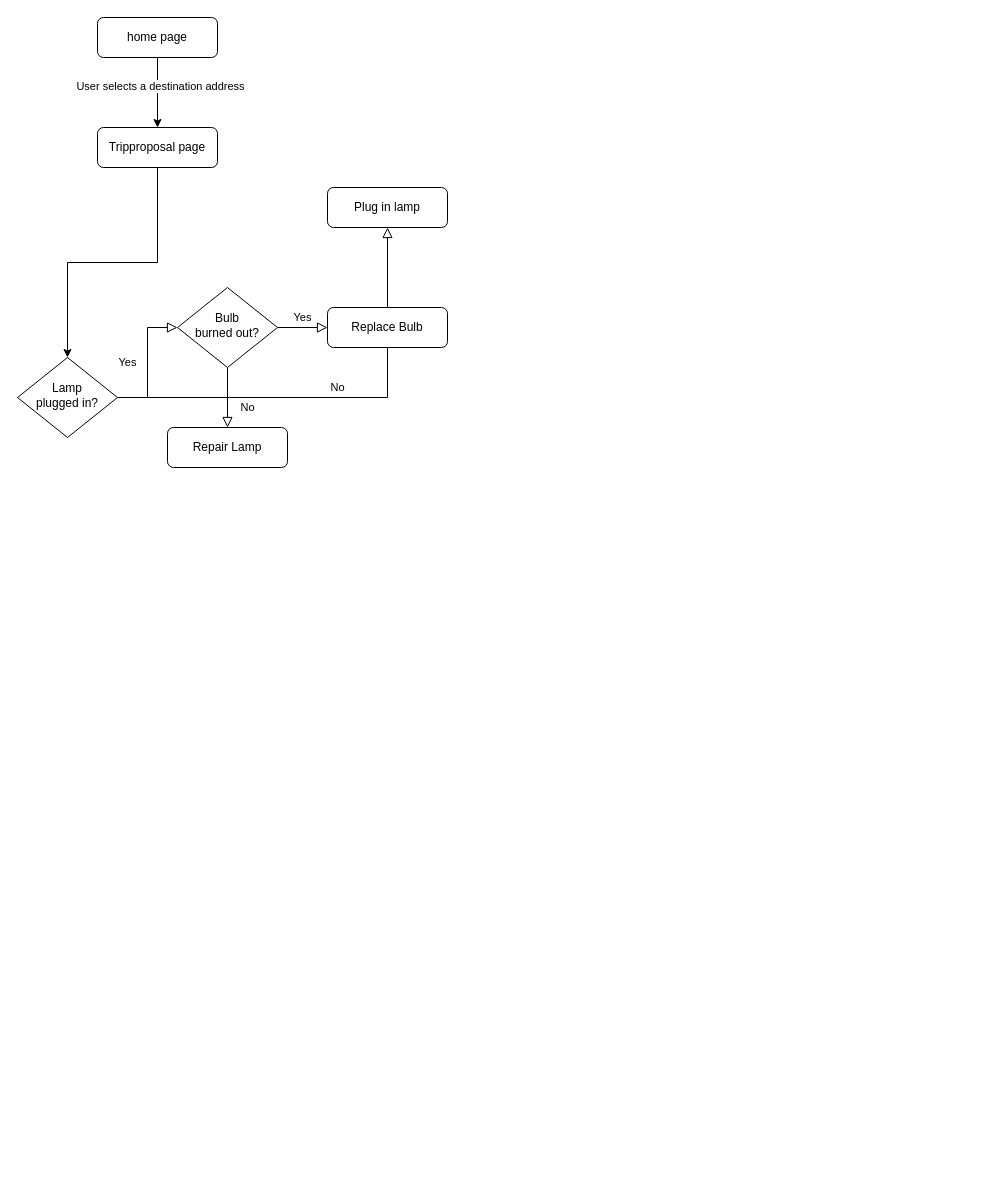
The draw.io diagram page "Seite-3" (3 of 3) of Unbenanntes Diagramm.drawio in krutarth4/krutarth4, before the edit. Source tidied: cells renumbered, new cells numbered last; positions are measured from the earlier drawing's top-left corner, leaving out a move shared by most shapes. Both pictures are drawn from the tidied source at 100%, with x=0, y=0 at pixel (17, 17).
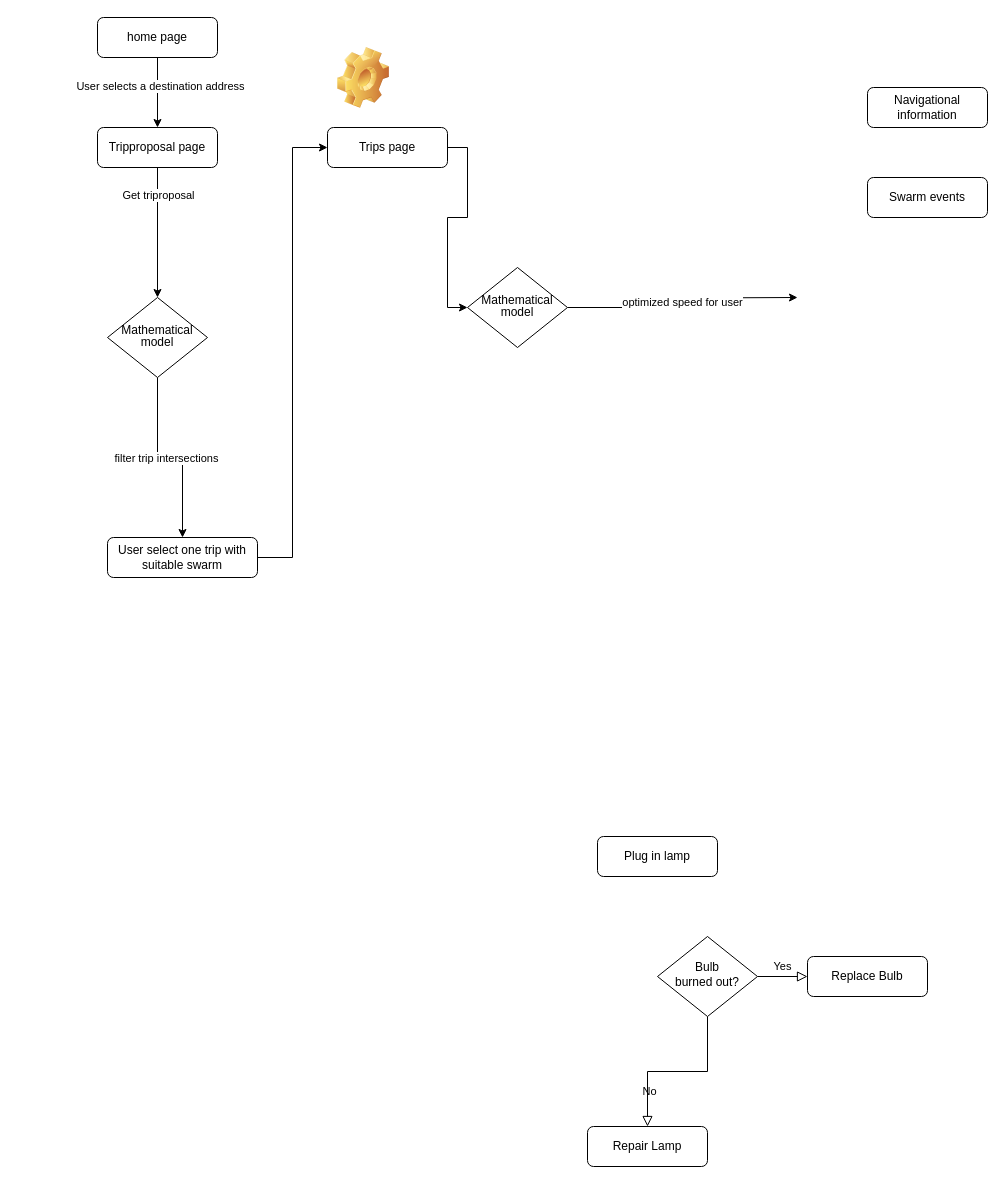
The same diagram, later.

Unchanged cells that the change refers to:
```xml
<mxCell id="14" style="edgeStyle=orthogonalEdgeStyle;rounded=0;jettySize=auto;html=1;exitX=0.5;exitY=1;exitDx=0;exitDy=0;entryX=0.5;entryY=0;entryDx=0;entryDy=0;" parent="1" edge="1" source="15" target="7">
  <mxGeometry relative="1" as="geometry" />
</mxCell>
```

Change to the diagram source:
```diff
@@
-    <mxCell id="5" value="Yes" style="rounded=0;html=1;jettySize=auto;fontSize=11;endArrow=block;endFill=0;endSize=8;strokeWidth=1;shadow=0;labelBackgroundColor=none;edgeStyle=orthogonalEdgeStyle;" parent="1" edge="1" source="7" target="11">
-      <mxGeometry y="20" relative="1" as="geometry" />
-    </mxCell>
-    <mxCell id="6" value="No" style="edgeStyle=orthogonalEdgeStyle;rounded=0;html=1;jettySize=auto;fontSize=11;endArrow=block;endFill=0;endSize=8;strokeWidth=1;shadow=0;labelBackgroundColor=none;" parent="1" edge="1" source="7" target="8">
-      <mxGeometry y="10" relative="1" as="geometry" />
-    </mxCell>
+    <mxCell id="16" style="edgeStyle=orthogonalEdgeStyle;rounded=0;jettySize=auto;html=1;exitX=0.5;exitY=1;exitDx=0;exitDy=0;entryX=0.5;entryY=0;entryDx=0;entryDy=0;strokeColor=#000000;fontColor=#000000;" parent="1" edge="1" source="7" target="23">
+      <mxGeometry relative="1" as="geometry" />
+    </mxCell>
+    <mxCell id="17" value="filter trip intersections " style="edgeLabel;html=1;align=center;verticalAlign=middle;fontColor=default;labelBackgroundColor=default;" parent="16" vertex="1">
+      <mxGeometry x="-0.05" relative="1" as="geometry" />
+    </mxCell>
-    <mxCell id="7" value="Lamp&lt;br&gt;plugged in?" style="rhombus;whiteSpace=wrap;html=1;shadow=0;fontFamily=Helvetica;fontSize=12;align=center;strokeWidth=1;spacing=6;spacingTop=-4;" parent="1" vertex="1">
-      <mxGeometry y="340" width="100" height="80" as="geometry" />
+    <mxCell id="7" value="&lt;div style=&quot;line-height: 100%;&quot; align=&quot;center&quot;&gt;Mathematical model &lt;/div&gt;" style="rhombus;whiteSpace=wrap;html=1;shadow=0;fontFamily=Helvetica;fontSize=12;align=center;strokeWidth=1;spacing=6;spacingTop=-4;" parent="1" vertex="1">
+      <mxGeometry x="90" y="280" width="100" height="80" as="geometry" />
     </mxCell>
     <mxCell id="8" value="Plug in lamp" style="rounded=1;whiteSpace=wrap;html=1;fontSize=12;glass=0;strokeWidth=1;shadow=0;" parent="1" vertex="1">
-      <mxGeometry x="310" y="170" width="120" height="40" as="geometry" />
+      <mxGeometry x="580" y="819" width="120" height="40" as="geometry" />
     </mxCell>
@@
     <mxCell id="11" value="Bulb&lt;br&gt;burned out?" style="rhombus;whiteSpace=wrap;html=1;shadow=0;fontFamily=Helvetica;fontSize=12;align=center;strokeWidth=1;spacing=6;spacingTop=-4;" parent="1" vertex="1">
-      <mxGeometry x="160" y="270" width="100" height="80" as="geometry" />
+      <mxGeometry x="640" y="919" width="100" height="80" as="geometry" />
     </mxCell>
     <mxCell id="12" value="Repair Lamp" style="rounded=1;whiteSpace=wrap;html=1;fontSize=12;glass=0;strokeWidth=1;shadow=0;" parent="1" vertex="1">
-      <mxGeometry x="150" y="410" width="120" height="40" as="geometry" />
+      <mxGeometry x="570" y="1109" width="120" height="40" as="geometry" />
     </mxCell>
     <mxCell id="13" value="Replace Bulb" style="rounded=1;whiteSpace=wrap;html=1;fontSize=12;glass=0;strokeWidth=1;shadow=0;" parent="1" vertex="1">
-      <mxGeometry x="310" y="290" width="120" height="40" as="geometry" />
+      <mxGeometry x="790" y="939" width="120" height="40" as="geometry" />
     </mxCell>
@@
+    <mxCell id="18" value="Get triproposal" style="edgeLabel;html=1;align=center;verticalAlign=middle;fontColor=#000000;" parent="14" vertex="1">
+      <mxGeometry x="-0.59" relative="1" as="geometry" />
+    </mxCell>
@@
+    <mxCell id="19" style="edgeStyle=orthogonalEdgeStyle;rounded=0;jettySize=auto;html=1;exitX=1;exitY=0.5;exitDx=0;exitDy=0;entryX=0;entryY=0.5;entryDx=0;entryDy=0;strokeColor=#000000;fontColor=default;" parent="1" edge="1" source="20" target="27">
+      <mxGeometry relative="1" as="geometry" />
+    </mxCell>
+    <mxCell id="20" value="&lt;div&gt;Trips page&lt;/div&gt;" style="rounded=1;whiteSpace=wrap;html=1;fontSize=12;glass=0;strokeWidth=1;shadow=0;" parent="1" vertex="1">
+      <mxGeometry x="310" y="110" width="120" height="40" as="geometry" />
+    </mxCell>
+    <mxCell id="21" value="Navigational information " style="rounded=1;whiteSpace=wrap;html=1;fontSize=12;glass=0;strokeWidth=1;shadow=0;" parent="1" vertex="1">
+      <mxGeometry x="850" y="70" width="120" height="40" as="geometry" />
+    </mxCell>
+    <mxCell id="22" style="edgeStyle=orthogonalEdgeStyle;rounded=0;jettySize=auto;html=1;entryX=0;entryY=0.5;entryDx=0;entryDy=0;strokeColor=#000000;fontColor=default;" parent="1" edge="1" source="23" target="20">
+      <mxGeometry relative="1" as="geometry" />
+    </mxCell>
+    <mxCell id="23" value="User select one trip with suitable swarm " style="rounded=1;whiteSpace=wrap;html=1;fontSize=12;glass=0;strokeWidth=1;shadow=0;" parent="1" vertex="1">
+      <mxGeometry x="90" y="520" width="150" height="40" as="geometry" />
+    </mxCell>
+    <mxCell id="24" style="shape=image;html=1;verticalLabelPosition=bottom;verticalAlign=top;imageAspect=1;image=img/clipart/Gear_128x128.png;glass=1;labelBackgroundColor=default;strokeWidth=3;fontColor=default;fillColor=none;" parent="1" vertex="1">
+      <mxGeometry x="320" y="30" width="52" height="61" as="geometry" />
+    </mxCell>
+    <mxCell id="25" value="Swarm events" style="rounded=1;whiteSpace=wrap;html=1;fontSize=12;glass=0;strokeWidth=1;shadow=0;" parent="1" vertex="1">
+      <mxGeometry x="850" y="160" width="120" height="40" as="geometry" />
+    </mxCell>
+    <mxCell id="26" value="optimized speed for user " style="edgeStyle=orthogonalEdgeStyle;rounded=0;jettySize=auto;html=1;exitX=1;exitY=0.5;exitDx=0;exitDy=0;strokeColor=#000000;fontColor=default;" parent="1" edge="1" source="27">
+      <mxGeometry relative="1" as="geometry">
+        <mxPoint x="780" y="280" as="targetPoint" />
+      </mxGeometry>
+    </mxCell>
+    <mxCell id="27" value="&lt;div style=&quot;line-height: 100%;&quot; align=&quot;center&quot;&gt;Mathematical model &lt;/div&gt;" style="rhombus;whiteSpace=wrap;html=1;shadow=0;fontFamily=Helvetica;fontSize=12;align=center;strokeWidth=1;spacing=6;spacingTop=-4;" parent="1" vertex="1">
+      <mxGeometry x="450" y="250" width="100" height="80" as="geometry" />
+    </mxCell>
```
